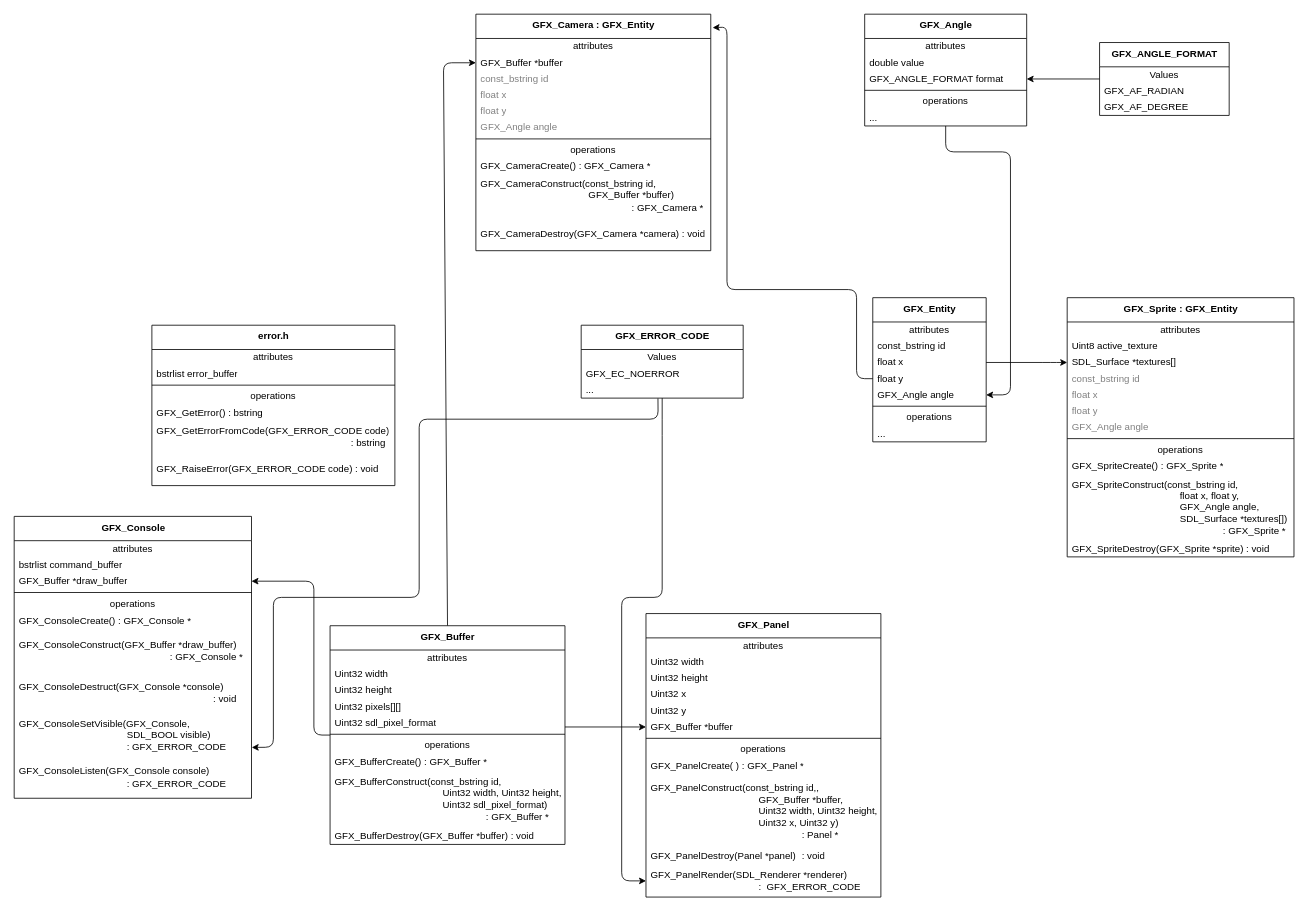
The draw.io diagram grafx.drawio in jamesdolan16/grafx, before the edit. Source tidied: cells renumbered, new cells numbered last; positions are measured from the earlier drawing's top-left corner, leaving out a move shared by most shapes. Both pictures are drawn from the tidied source at 81%, with x=0, y=0 at pixel (14, 14).
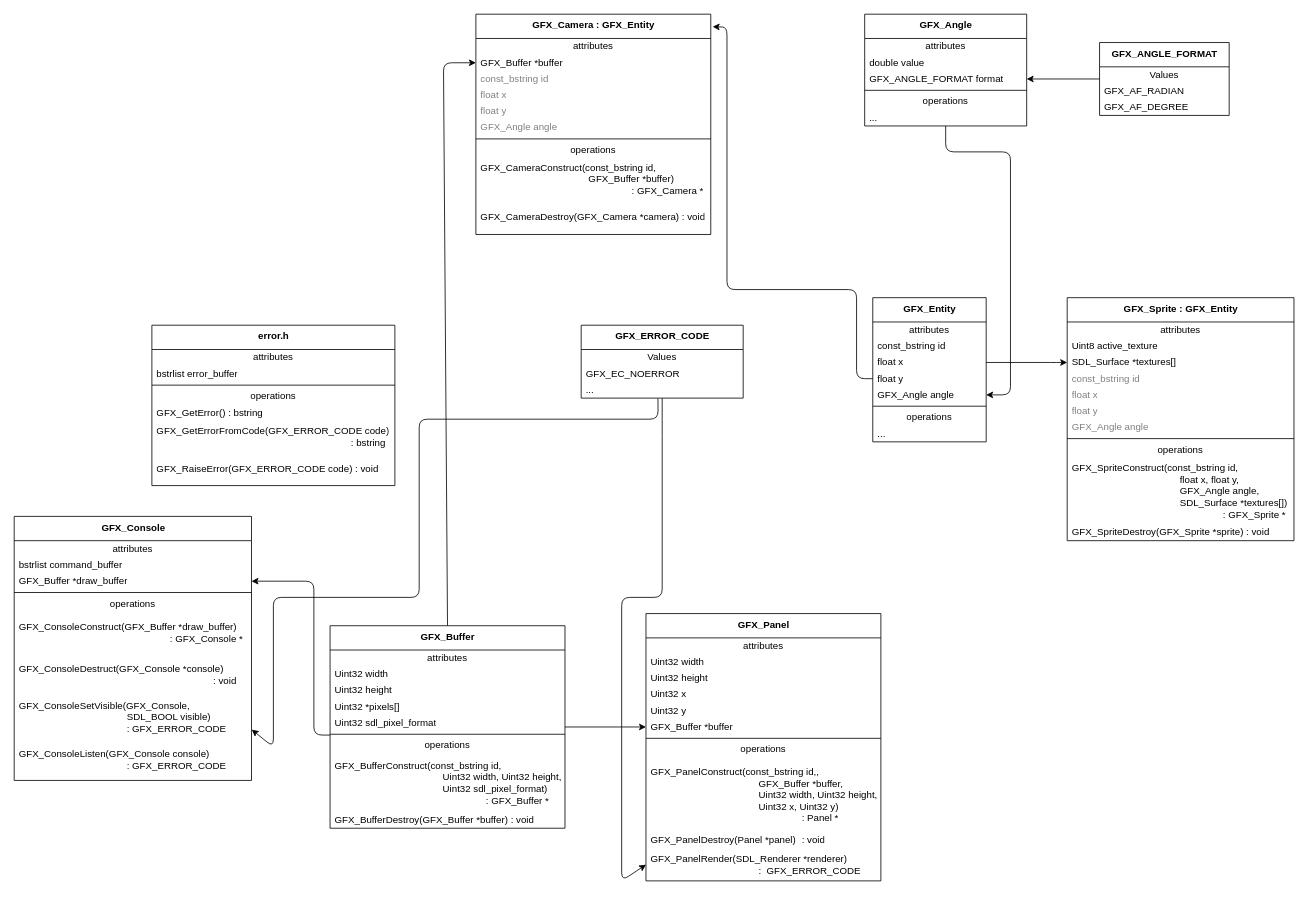
The same diagram, later.

The edit, as a diff of the source:
```diff
@@
     <mxCell id="2" value="&lt;b&gt;GFX_Panel&lt;/b&gt;" style="swimlane;fontStyle=0;align=center;verticalAlign=top;horizontal=1;startSize=30;html=1;" parent="1" vertex="1">
-      <mxGeometry x="780" y="740" width="290" height="350" as="geometry" />
+      <mxGeometry x="780" y="740" width="290" height="330" as="geometry" />
     </mxCell>
@@
-    <mxCell id="11" value="GFX_PanelCreate( ) : GFX_Panel *" style="text;html=1;strokeColor=none;fillColor=none;align=left;verticalAlign=middle;spacingLeft=4;spacingRight=4;overflow=hidden;" parent="2" vertex="1">
-      <mxGeometry y="178" width="290" height="20" as="geometry" />
-    </mxCell>
     <mxCell id="12" value="GFX_PanelConstruct(const_bstring id,,&lt;br&gt;&lt;span style=&quot;white-space: pre;&quot;&gt;&#9;&lt;/span&gt;&lt;span style=&quot;white-space: pre;&quot;&gt;&#9;&lt;/span&gt;&lt;span style=&quot;white-space: pre;&quot;&gt;&#9;&lt;/span&gt;&lt;span style=&quot;white-space: pre;&quot;&gt;&#9;&lt;/span&gt;&lt;span style=&quot;white-space: pre;&quot;&gt;&#9;&lt;/span&gt;GFX_Buffer *buffer, &lt;br&gt;&lt;span style=&quot;white-space: pre;&quot;&gt;&#9;&lt;/span&gt;&lt;span style=&quot;white-space: pre;&quot;&gt;&#9;&lt;/span&gt;&lt;span style=&quot;white-space: pre;&quot;&gt;&#9;&lt;/span&gt;&lt;span style=&quot;white-space: pre;&quot;&gt;&#9;&lt;/span&gt;&lt;span style=&quot;white-space: pre;&quot;&gt;&#9;&lt;/span&gt;Uint32 width, Uint32 height,&lt;br&gt;&lt;span style=&quot;white-space: pre;&quot;&gt;&#9;&lt;/span&gt;&lt;span style=&quot;white-space: pre;&quot;&gt;&#9;&lt;/span&gt;&lt;span style=&quot;white-space: pre;&quot;&gt;&#9;&lt;/span&gt;&lt;span style=&quot;white-space: pre;&quot;&gt;&#9;&lt;/span&gt;&lt;span style=&quot;white-space: pre;&quot;&gt;&#9;&lt;/span&gt;Uint32 x, Uint32 y) &lt;br&gt;&lt;span style=&quot;white-space: pre;&quot;&gt;&#9;&lt;/span&gt;&lt;span style=&quot;white-space: pre;&quot;&gt;&#9;&lt;/span&gt;&lt;span style=&quot;white-space: pre;&quot;&gt;&#9;&lt;/span&gt;&lt;span style=&quot;white-space: pre;&quot;&gt;&#9;&lt;/span&gt;&lt;span style=&quot;white-space: pre;&quot;&gt;&#9;&lt;/span&gt;&lt;span style=&quot;white-space: pre;&quot;&gt;&#9;&lt;span style=&quot;white-space: pre;&quot;&gt;&#9;&lt;/span&gt;&lt;/span&gt;: Panel *" style="text;html=1;strokeColor=none;fillColor=none;align=left;verticalAlign=middle;spacingLeft=4;spacingRight=4;overflow=hidden;" parent="2" vertex="1">
-      <mxGeometry y="198" width="290" height="92" as="geometry" />
+      <mxGeometry y="178" width="290" height="92" as="geometry" />
     </mxCell>
     <mxCell id="13" value="GFX_PanelDestroy(Panel *panel) &lt;span style=&quot;white-space: pre;&quot;&gt;&#9;&lt;/span&gt;: void" style="text;html=1;strokeColor=none;fillColor=none;align=left;verticalAlign=middle;spacingLeft=4;spacingRight=4;overflow=hidden;" parent="2" vertex="1">
-      <mxGeometry y="290" width="290" height="20" as="geometry" />
+      <mxGeometry y="270" width="290" height="20" as="geometry" />
     </mxCell>
     <mxCell id="14" value="GFX_PanelRender(SDL_Renderer *renderer) &lt;br&gt;&lt;span style=&quot;white-space: pre;&quot;&gt;&#9;&lt;/span&gt;&lt;span style=&quot;white-space: pre;&quot;&gt;&#9;&lt;/span&gt;&lt;span style=&quot;white-space: pre;&quot;&gt;&#9;&lt;/span&gt;&lt;span style=&quot;white-space: pre;&quot;&gt;&#9;&lt;/span&gt;&lt;span style=&quot;white-space: pre;&quot;&gt;&#9;&lt;/span&gt;:&amp;nbsp; GFX_ERROR_CODE" style="text;html=1;strokeColor=none;fillColor=none;align=left;verticalAlign=middle;spacingLeft=4;spacingRight=4;overflow=hidden;points=[[0,0.5],[1,0.5]];portConstraint=eastwest;" parent="2" vertex="1">
-      <mxGeometry y="310" width="290" height="40" as="geometry" />
+      <mxGeometry y="290" width="290" height="40" as="geometry" />
     </mxCell>
@@
     <mxCell id="17" value="&lt;b&gt;GFX_Buffer&lt;/b&gt;" style="swimlane;fontStyle=0;align=center;verticalAlign=top;horizontal=1;startSize=30;html=1;" parent="1" vertex="1">
-      <mxGeometry x="390" y="755" width="290" height="270" as="geometry" />
+      <mxGeometry x="390" y="755" width="290" height="250" as="geometry" />
     </mxCell>
@@
-    <mxCell id="21" value="Uint32 pixels[][]" style="text;html=1;strokeColor=none;fillColor=none;align=left;verticalAlign=middle;spacingLeft=4;spacingRight=4;overflow=hidden;" parent="17" vertex="1">
+    <mxCell id="21" value="Uint32 *pixels[]" style="text;html=1;strokeColor=none;fillColor=none;align=left;verticalAlign=middle;spacingLeft=4;spacingRight=4;overflow=hidden;" parent="17" vertex="1">
       <mxGeometry y="90" width="290" height="20" as="geometry" />
     </mxCell>
@@
-    <mxCell id="25" value="GFX_BufferCreate() : GFX_Buffer *" style="text;html=1;strokeColor=none;fillColor=none;align=left;verticalAlign=middle;spacingLeft=4;spacingRight=4;overflow=hidden;" parent="17" vertex="1">
-      <mxGeometry y="158" width="290" height="20" as="geometry" />
-    </mxCell>
     <mxCell id="26" value="GFX_BufferConstruct(const_bstring id, &lt;br&gt;&lt;span style=&quot;white-space: pre;&quot;&gt;&#9;&lt;/span&gt;&lt;span style=&quot;white-space: pre;&quot;&gt;&#9;&lt;/span&gt;&lt;span style=&quot;white-space: pre;&quot;&gt;&#9;&lt;/span&gt;&lt;span style=&quot;white-space: pre;&quot;&gt;&#9;&lt;/span&gt;&lt;span style=&quot;white-space: pre;&quot;&gt;&#9;&lt;/span&gt;Uint32 width, Uint32 height,&lt;br&gt;&lt;span style=&quot;white-space: pre;&quot;&gt;&#9;&lt;/span&gt;&lt;span style=&quot;white-space: pre;&quot;&gt;&#9;&lt;/span&gt;&lt;span style=&quot;white-space: pre;&quot;&gt;&#9;&lt;/span&gt;&lt;span style=&quot;white-space: pre;&quot;&gt;&#9;&lt;/span&gt;&lt;span style=&quot;white-space: pre;&quot;&gt;&#9;&lt;/span&gt;Uint32 sdl_pixel_format) &lt;br&gt;&lt;span style=&quot;white-space: pre;&quot;&gt;&#9;&lt;/span&gt;&lt;span style=&quot;white-space: pre;&quot;&gt;&#9;&lt;/span&gt;&lt;span style=&quot;white-space: pre;&quot;&gt;&#9;&lt;/span&gt;&lt;span style=&quot;white-space: pre;&quot;&gt;&#9;&lt;span style=&quot;white-space: pre;&quot;&gt;&#9;&lt;/span&gt;&lt;span style=&quot;white-space: pre;&quot;&gt;&#9;&lt;/span&gt;&lt;span style=&quot;white-space: pre;&quot;&gt;&#9;&lt;/span&gt;&lt;/span&gt;: GFX_Buffer *" style="text;html=1;strokeColor=none;fillColor=none;align=left;verticalAlign=middle;spacingLeft=4;spacingRight=4;overflow=hidden;" parent="17" vertex="1">
-      <mxGeometry y="178" width="290" height="72" as="geometry" />
+      <mxGeometry y="158" width="290" height="72" as="geometry" />
     </mxCell>
     <mxCell id="27" value="GFX_BufferDestroy(GFX_Buffer *buffer) : void" style="text;html=1;strokeColor=none;fillColor=none;align=left;verticalAlign=middle;spacingLeft=4;spacingRight=4;overflow=hidden;" parent="17" vertex="1">
-      <mxGeometry y="250" width="290" height="20" as="geometry" />
+      <mxGeometry y="230" width="290" height="20" as="geometry" />
     </mxCell>
@@
     <mxCell id="37" value="&lt;b&gt;GFX_Sprite : GFX_Entity&lt;/b&gt;" style="swimlane;fontStyle=0;align=center;verticalAlign=top;horizontal=1;startSize=30;html=1;" parent="1" vertex="1">
-      <mxGeometry x="1300" y="350" width="280" height="320" as="geometry" />
+      <mxGeometry x="1300" y="350" width="280" height="300" as="geometry" />
     </mxCell>
@@
-    <mxCell id="47" value="GFX_SpriteCreate() : GFX_Sprite *" style="text;html=1;strokeColor=none;fillColor=none;align=left;verticalAlign=middle;spacingLeft=4;spacingRight=4;overflow=hidden;" parent="37" vertex="1">
-      <mxGeometry y="198" width="280" height="20" as="geometry" />
-    </mxCell>
     <mxCell id="48" value="GFX_SpriteConstruct(const_bstring id, &lt;br&gt;&lt;span style=&quot;white-space: pre;&quot;&gt;&#9;&lt;/span&gt;&lt;span style=&quot;white-space: pre;&quot;&gt;&#9;&lt;/span&gt;&lt;span style=&quot;white-space: pre;&quot;&gt;&#9;&lt;/span&gt;&lt;span style=&quot;white-space: pre;&quot;&gt;&#9;&lt;/span&gt;&lt;span style=&quot;white-space: pre;&quot;&gt;&#9;&lt;/span&gt;float x, float y,&lt;br&gt;&lt;span style=&quot;white-space: pre;&quot;&gt;&#9;&lt;/span&gt;&lt;span style=&quot;white-space: pre;&quot;&gt;&#9;&lt;/span&gt;&lt;span style=&quot;white-space: pre;&quot;&gt;&#9;&lt;/span&gt;&lt;span style=&quot;white-space: pre;&quot;&gt;&#9;&lt;/span&gt;&lt;span style=&quot;white-space: pre;&quot;&gt;&#9;&lt;/span&gt;GFX_Angle angle,&lt;br&gt;&lt;span style=&quot;white-space: pre;&quot;&gt;&#9;&lt;/span&gt;&lt;span style=&quot;white-space: pre;&quot;&gt;&#9;&lt;/span&gt;&lt;span style=&quot;white-space: pre;&quot;&gt;&#9;&lt;/span&gt;&lt;span style=&quot;white-space: pre;&quot;&gt;&#9;&lt;/span&gt;&lt;span style=&quot;white-space: pre;&quot;&gt;&#9;&lt;/span&gt;SDL_Surface *textures[])&lt;br&gt;&lt;span style=&quot;white-space: pre;&quot;&gt;&#9;&lt;/span&gt;&lt;span style=&quot;white-space: pre;&quot;&gt;&#9;&lt;/span&gt;&lt;span style=&quot;white-space: pre;&quot;&gt;&#9;&lt;/span&gt;&lt;span style=&quot;white-space: pre;&quot;&gt;&#9;&lt;/span&gt;&lt;span style=&quot;white-space: pre;&quot;&gt;&#9;&lt;/span&gt;&lt;span style=&quot;white-space: pre;&quot;&gt;&#9;&lt;/span&gt;&lt;span style=&quot;white-space: pre;&quot;&gt;&#9;&lt;/span&gt;: GFX_Sprite *" style="text;html=1;strokeColor=none;fillColor=none;align=left;verticalAlign=middle;spacingLeft=4;spacingRight=4;overflow=hidden;" parent="37" vertex="1">
-      <mxGeometry y="218" width="280" height="82" as="geometry" />
+      <mxGeometry y="198" width="280" height="82" as="geometry" />
     </mxCell>
     <mxCell id="49" value="GFX_SpriteDestroy(GFX_Sprite *sprite) : void" style="text;html=1;strokeColor=none;fillColor=none;align=left;verticalAlign=middle;spacingLeft=4;spacingRight=4;overflow=hidden;" parent="37" vertex="1">
-      <mxGeometry y="300" width="280" height="20" as="geometry" />
+      <mxGeometry y="280" width="280" height="20" as="geometry" />
     </mxCell>
@@
     <mxCell id="51" value="&lt;b&gt;GFX_Camera : GFX_Entity&lt;/b&gt;" style="swimlane;fontStyle=0;align=center;verticalAlign=top;horizontal=1;startSize=30;html=1;" parent="1" vertex="1">
-      <mxGeometry x="570" width="290" height="292" as="geometry" />
+      <mxGeometry x="570" width="290" height="272" as="geometry" />
     </mxCell>
@@
-    <mxCell id="60" value="GFX_CameraCreate() : GFX_Camera *" style="text;html=1;strokeColor=none;fillColor=none;align=left;verticalAlign=middle;spacingLeft=4;spacingRight=4;overflow=hidden;" parent="51" vertex="1">
-      <mxGeometry y="178" width="290" height="20" as="geometry" />
-    </mxCell>
     <mxCell id="61" value="GFX_CameraConstruct(const_bstring id, &lt;br&gt;&lt;span style=&quot;white-space: pre;&quot;&gt;&#9;&lt;/span&gt;&lt;span style=&quot;white-space: pre;&quot;&gt;&#9;&lt;/span&gt;&lt;span style=&quot;white-space: pre;&quot;&gt;&#9;&lt;/span&gt;&lt;span style=&quot;white-space: pre;&quot;&gt;&#9;&lt;/span&gt;&lt;span style=&quot;white-space: pre;&quot;&gt;&#9;&lt;/span&gt;GFX_Buffer *buffer) &lt;br&gt;&lt;span style=&quot;white-space: pre;&quot;&gt;&#9;&lt;/span&gt;&lt;span style=&quot;white-space: pre;&quot;&gt;&#9;&lt;/span&gt;&lt;span style=&quot;white-space: pre;&quot;&gt;&#9;&lt;/span&gt;&lt;span style=&quot;white-space: pre;&quot;&gt;&#9;&lt;/span&gt;&lt;span style=&quot;white-space: pre;&quot;&gt;&#9;&lt;/span&gt;&lt;span style=&quot;white-space: pre;&quot;&gt;&#9;&lt;span style=&quot;white-space: pre;&quot;&gt;&#9;&lt;/span&gt;&lt;/span&gt;: GFX_Camera *" style="text;html=1;strokeColor=none;fillColor=none;align=left;verticalAlign=middle;spacingLeft=4;spacingRight=4;overflow=hidden;" parent="51" vertex="1">
-      <mxGeometry y="198" width="290" height="52" as="geometry" />
+      <mxGeometry y="178" width="290" height="52" as="geometry" />
     </mxCell>
     <mxCell id="62" value="GFX_CameraDestroy(GFX_Camera *camera) : void" style="text;html=1;strokeColor=none;fillColor=none;align=left;verticalAlign=middle;spacingLeft=4;spacingRight=4;overflow=hidden;" parent="51" vertex="1">
-      <mxGeometry y="250" width="290" height="42" as="geometry" />
+      <mxGeometry y="230" width="290" height="42" as="geometry" />
     </mxCell>
@@
     <mxCell id="77" value="&lt;b&gt;GFX_Console&lt;/b&gt;" style="swimlane;fontStyle=0;align=center;verticalAlign=top;horizontal=1;startSize=30;html=1;" parent="1" vertex="1">
-      <mxGeometry y="620" width="293" height="348" as="geometry" />
+      <mxGeometry y="620" width="293" height="326" as="geometry" />
     </mxCell>
@@
-    <mxCell id="83" value="GFX_ConsoleCreate() : GFX_Console *" style="text;html=1;strokeColor=none;fillColor=none;align=left;verticalAlign=middle;spacingLeft=4;spacingRight=4;overflow=hidden;" parent="77" vertex="1">
-      <mxGeometry y="118" width="293" height="22" as="geometry" />
-    </mxCell>
     <mxCell id="84" value="GFX_ConsoleConstruct(GFX_Buffer *draw_buffer)&lt;br&gt;&lt;span style=&quot;white-space: pre;&quot;&gt;&#9;&lt;/span&gt;&lt;span style=&quot;white-space: pre;&quot;&gt;&#9;&lt;/span&gt;&lt;span style=&quot;white-space: pre;&quot;&gt;&#9;&lt;/span&gt;&lt;span style=&quot;white-space: pre;&quot;&gt;&#9;&lt;/span&gt;&lt;span style=&quot;white-space: pre;&quot;&gt;&#9;&lt;/span&gt;&lt;span style=&quot;white-space: pre;&quot;&gt;&#9;&lt;/span&gt;&lt;span style=&quot;white-space: pre;&quot;&gt;&#9;&lt;/span&gt;: GFX_Console *" style="text;html=1;strokeColor=none;fillColor=none;align=left;verticalAlign=middle;spacingLeft=4;spacingRight=4;overflow=hidden;" parent="77" vertex="1">
-      <mxGeometry y="140" width="293" height="52" as="geometry" />
+      <mxGeometry y="118" width="293" height="52" as="geometry" />
     </mxCell>
     <mxCell id="85" value="GFX_ConsoleDestruct(GFX_Console *console)&lt;br&gt;&lt;span style=&quot;white-space: pre;&quot;&gt;&#9;&lt;/span&gt;&lt;span style=&quot;white-space: pre;&quot;&gt;&#9;&lt;/span&gt;&lt;span style=&quot;white-space: pre;&quot;&gt;&#9;&lt;/span&gt;&lt;span style=&quot;white-space: pre;&quot;&gt;&#9;&lt;/span&gt;&lt;span style=&quot;white-space: pre;&quot;&gt;&#9;&lt;/span&gt;&lt;span style=&quot;white-space: pre;&quot;&gt;&#9;&lt;/span&gt;&lt;span style=&quot;white-space: pre;&quot;&gt;&#9;&lt;span style=&quot;white-space: pre;&quot;&gt;&#9;&lt;/span&gt;&lt;span style=&quot;white-space: pre;&quot;&gt;&#9;&lt;/span&gt;:&lt;/span&gt;&amp;nbsp;void" style="text;html=1;strokeColor=none;fillColor=none;align=left;verticalAlign=middle;spacingLeft=4;spacingRight=4;overflow=hidden;" parent="77" vertex="1">
-      <mxGeometry y="192" width="293" height="52" as="geometry" />
+      <mxGeometry y="170" width="293" height="52" as="geometry" />
     </mxCell>
     <mxCell id="86" value="GFX_ConsoleSetVisible(GFX_Console, &lt;br&gt;&lt;span style=&quot;white-space: pre;&quot;&gt;&#9;&lt;/span&gt;&lt;span style=&quot;white-space: pre;&quot;&gt;&#9;&lt;/span&gt;&lt;span style=&quot;white-space: pre;&quot;&gt;&#9;&lt;/span&gt;&lt;span style=&quot;white-space: pre;&quot;&gt;&#9;&lt;/span&gt;&lt;span style=&quot;white-space: pre;&quot;&gt;&#9;&lt;/span&gt;SDL_BOOL visible)&lt;br&gt;&lt;span style=&quot;white-space: pre;&quot;&gt;&#9;&lt;/span&gt;&lt;span style=&quot;white-space: pre;&quot;&gt;&#9;&lt;/span&gt;&lt;span style=&quot;white-space: pre;&quot;&gt;&#9;&lt;/span&gt;&lt;span style=&quot;white-space: pre;&quot;&gt;&#9;&lt;/span&gt;&lt;span style=&quot;white-space: pre;&quot;&gt;&#9;&lt;/span&gt;&lt;span style=&quot;white-space-collapse: preserve;&quot;&gt;: GFX_ERROR_CODE&lt;/span&gt;" style="text;html=1;strokeColor=none;fillColor=none;align=left;verticalAlign=middle;spacingLeft=4;spacingRight=4;overflow=hidden;points=[[0,0.5],[1,0.5]];portConstraint=eastwest;" parent="77" vertex="1">
-      <mxGeometry y="244" width="293" height="52" as="geometry" />
+      <mxGeometry y="222" width="293" height="52" as="geometry" />
     </mxCell>
     <mxCell id="87" value="GFX_ConsoleListen(GFX_Console console)&lt;br&gt;&lt;span style=&quot;white-space: pre;&quot;&gt;&#9;&lt;/span&gt;&lt;span style=&quot;white-space: pre;&quot;&gt;&#9;&lt;/span&gt;&lt;span style=&quot;white-space: pre;&quot;&gt;&#9;&lt;/span&gt;&lt;span style=&quot;white-space: pre;&quot;&gt;&#9;&lt;/span&gt;&lt;span style=&quot;white-space: pre;&quot;&gt;&#9;&lt;/span&gt;: GFX_ERROR_CODE" style="text;html=1;strokeColor=none;fillColor=none;align=left;verticalAlign=middle;spacingLeft=4;spacingRight=4;overflow=hidden;" parent="77" vertex="1">
-      <mxGeometry y="296" width="293" height="52" as="geometry" />
+      <mxGeometry y="274" width="293" height="52" as="geometry" />
     </mxCell>
```
